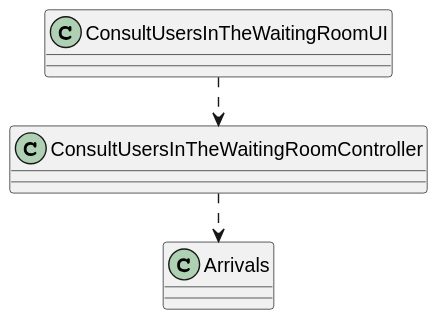
The PlantUML diagram docs/SprintC/US005/US005_CD.svg in Pirussa/lei-22-s2-1da-g02, before a commit.
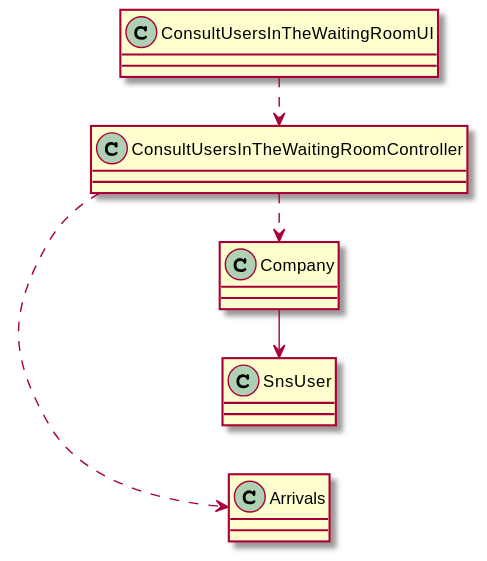
After the change.

What changed in the source:
```diff
@@ -9,10 +9,17 @@
 
 class Arrivals
 
+Class Company
+
+Class SnsUser
+
 
 left to right direction
 
 ConsultUsersInTheWaitingRoomUI .> ConsultUsersInTheWaitingRoomController
 ConsultUsersInTheWaitingRoomController .> Arrivals
+ConsultUsersInTheWaitingRoomController .> Company
+Company -> SnsUser
+
 
 @enduml
```
